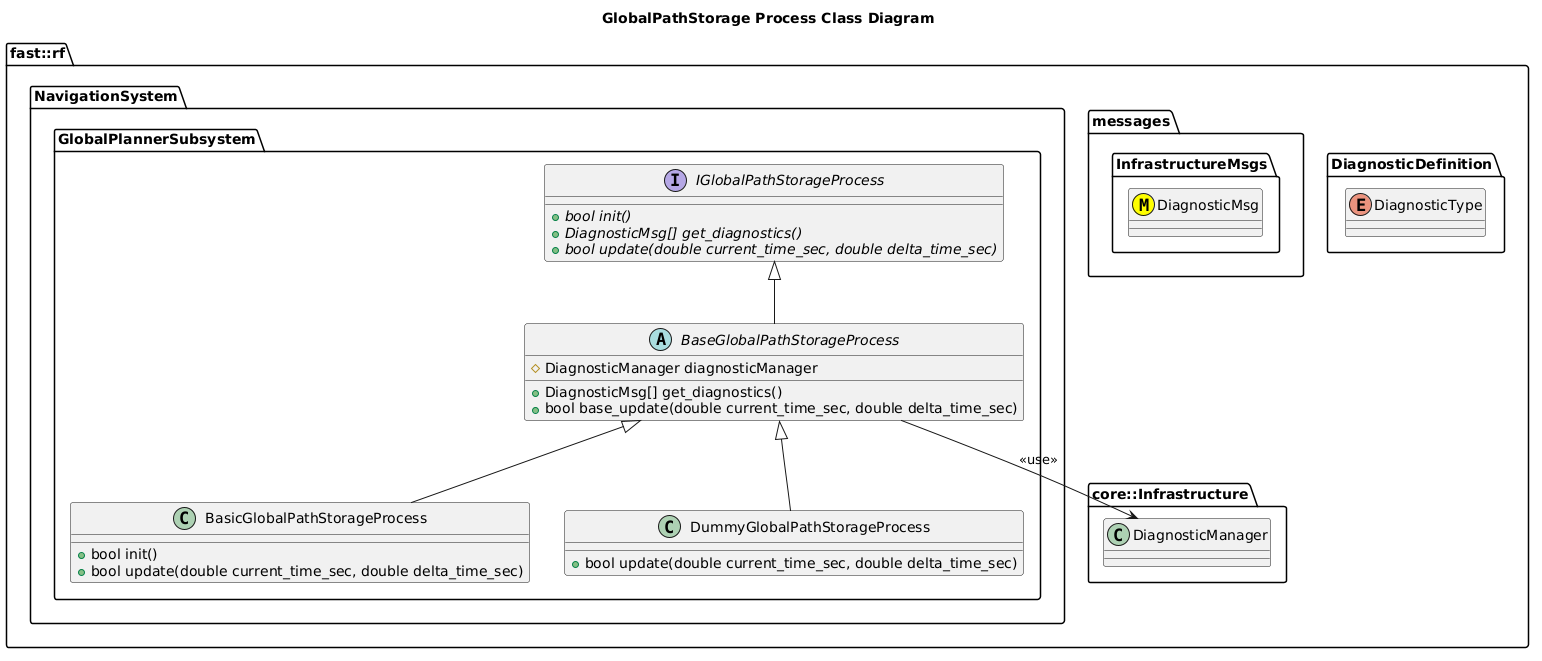
Above: Systems/Navigation/Subsystems/GlobalPlanner/Processes/GlobalPathStorage/doc/puml/GlobalPathStorageProcessClassDiagram.png in fastrobotics/robot_framework (PlantUML), before the change.
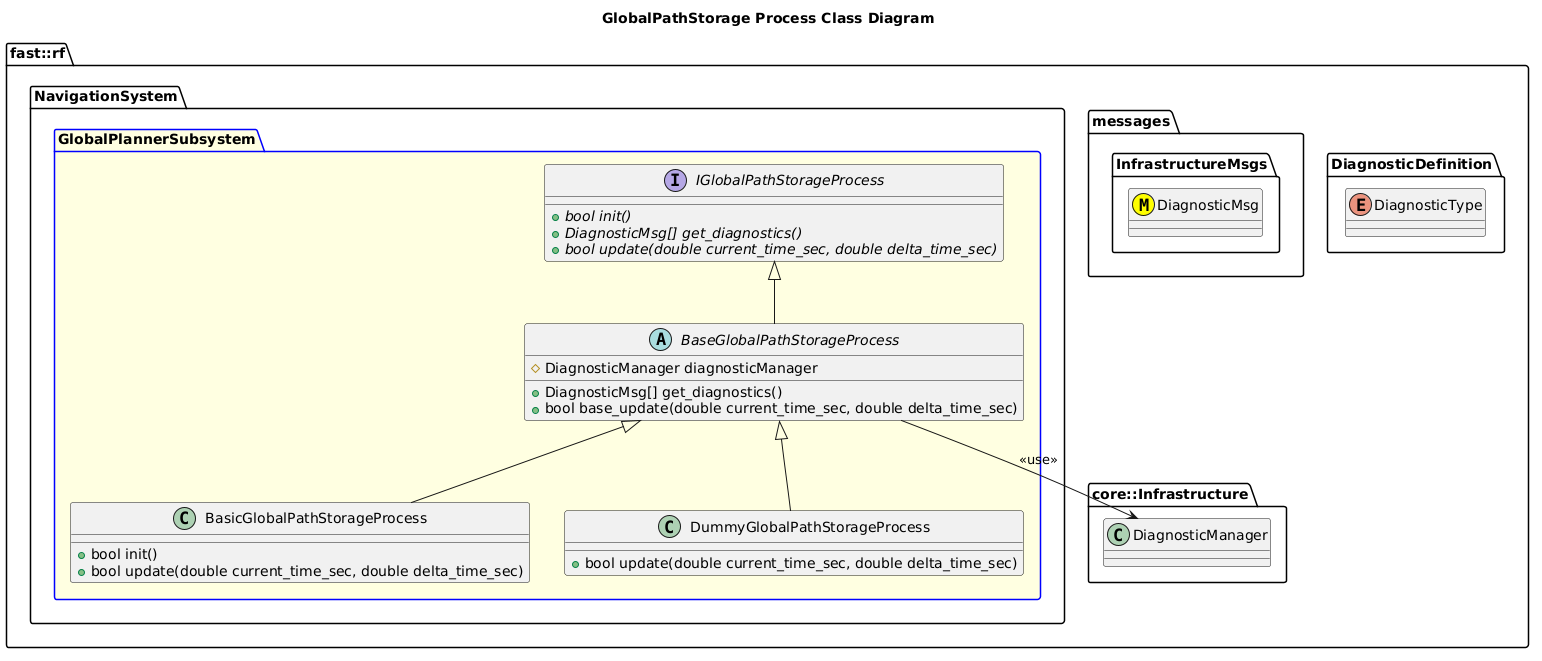
The same diagram one commit later.

The edit, as a diff of the source:
```diff
@@ -14,7 +14,7 @@
     class DiagnosticManager
   }
   namespace NavigationSystem {
-    namespace GlobalPlannerSubsystem {
+    package GlobalPlannerSubsystem #LightYellow;line:blue {
         interface IGlobalPathStorageProcess  {
           +{abstract} bool init()
           +{abstract} DiagnosticMsg[] get_diagnostics()
```
